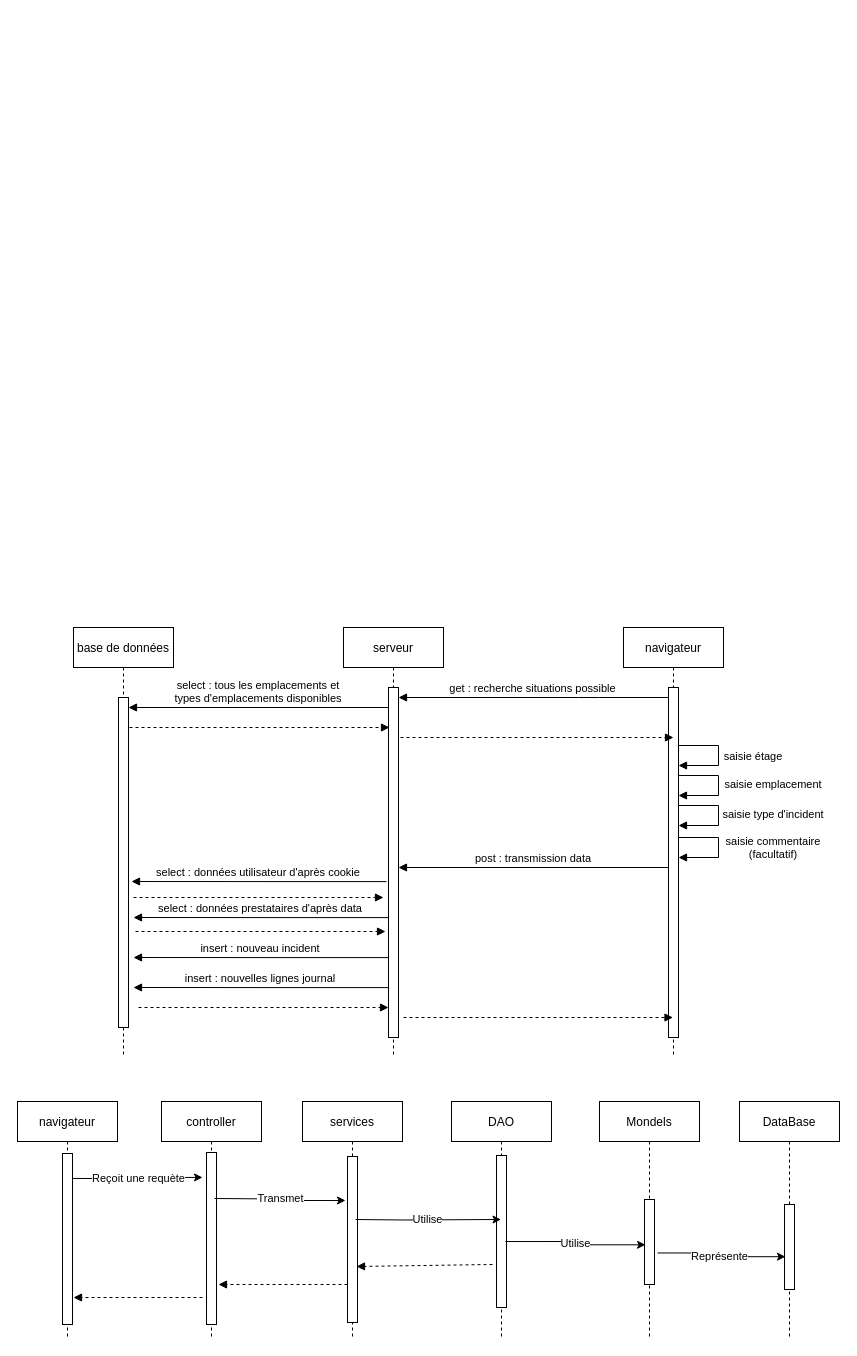
Before: doc/uml/création_incident.drawio in mapette/sos_immo_backend, a draw.io diagram. Source tidied: cells renumbered, new cells numbered last; positions are measured from the earlier drawing's top-left corner, leaving out a move shared by most shapes. Both pictures are drawn from the tidied source at 100%, with x=0, y=0 at pixel (17, 627).
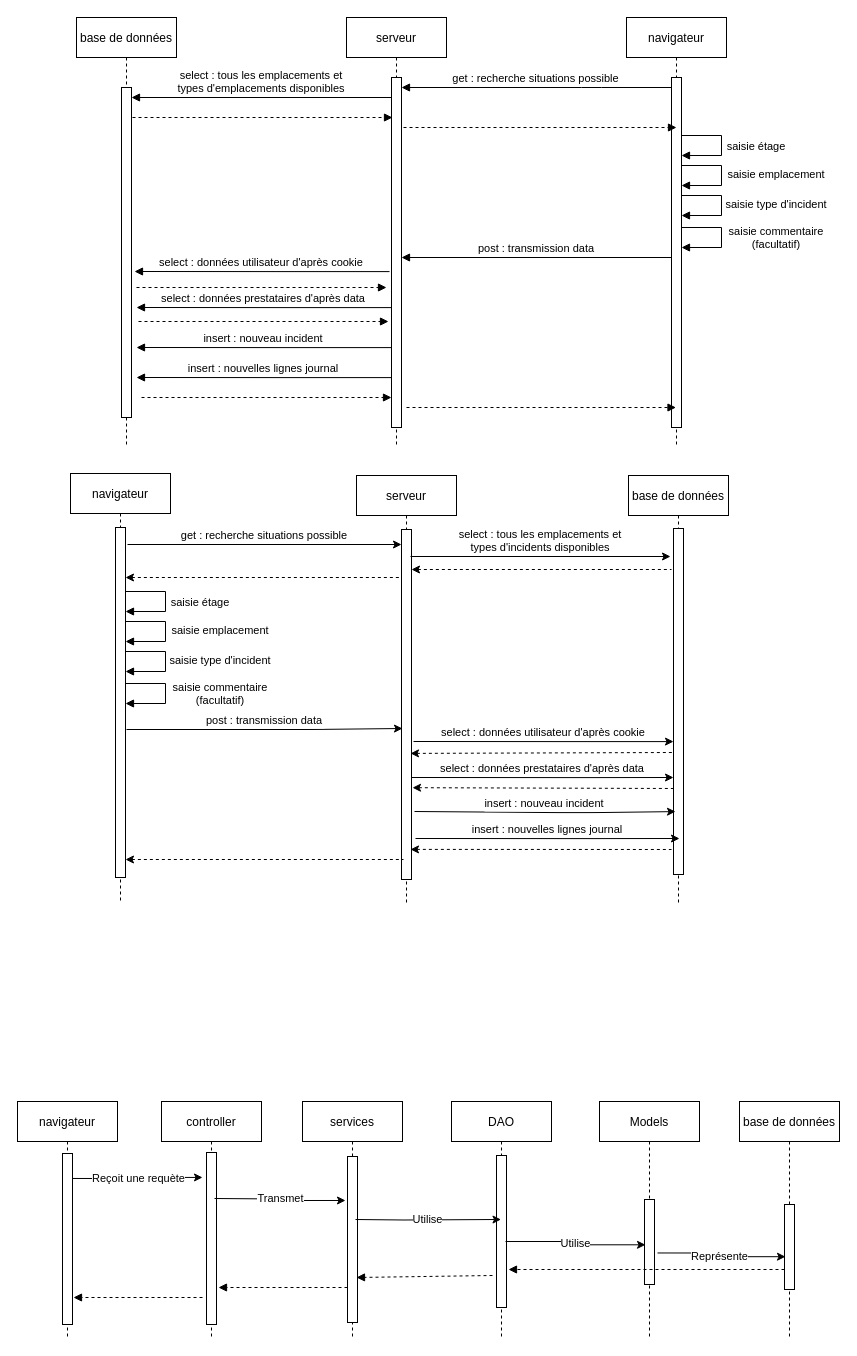
The same page after the edit.

The change refers to these unchanged cells:
```xml
<mxCell id="25" value="controller" style="shape=umlLifeline;perimeter=lifelinePerimeter;rounded=0;shadow=0;strokeWidth=1;" parent="1" vertex="1">
  <mxGeometry x="144" y="474" width="100" height="235" as="geometry" />
</mxCell>
<mxCell id="33" value="DAO" style="shape=umlLifeline;perimeter=lifelinePerimeter;rounded=0;shadow=0;strokeWidth=1;fontStyle=0;" parent="1" vertex="1">
  <mxGeometry x="434" y="474" width="100" height="236" as="geometry" />
</mxCell>
<mxCell id="34" style="points=[];perimeter=orthogonalPerimeter;rounded=0;shadow=0;strokeWidth=1;" parent="33" vertex="1">
  <mxGeometry x="45" y="54" width="10" height="152" as="geometry" />
</mxCell>
```

The edit, as a diff of the source:
```diff
@@
     <mxCell id="2" value="serveur" style="shape=umlLifeline;perimeter=lifelinePerimeter;rounded=0;shadow=0;strokeWidth=1;" parent="1" vertex="1">
-      <mxGeometry x="326" width="100" height="430" as="geometry" />
+      <mxGeometry x="329" y="-610" width="100" height="430" as="geometry" />
     </mxCell>
@@
     <mxCell id="7" value="navigateur" style="shape=umlLifeline;perimeter=lifelinePerimeter;rounded=0;shadow=0;strokeWidth=1;fontStyle=0;" parent="1" vertex="1">
-      <mxGeometry x="606" width="100" height="430" as="geometry" />
+      <mxGeometry x="609" y="-610" width="100" height="430" as="geometry" />
     </mxCell>
@@
     <mxCell id="14" value="base de données" style="shape=umlLifeline;perimeter=lifelinePerimeter;rounded=0;shadow=0;strokeWidth=1;" parent="1" vertex="1">
-      <mxGeometry x="56" width="100" height="430" as="geometry" />
+      <mxGeometry x="59" y="-610" width="100" height="430" as="geometry" />
     </mxCell>
@@
     <mxCell id="17" style="verticalAlign=bottom;endArrow=block;shadow=0;strokeWidth=1;dashed=1;" parent="1" edge="1">
       <mxGeometry relative="1" as="geometry">
-        <mxPoint x="112" y="100" as="sourcePoint" />
-        <mxPoint x="372" y="100" as="targetPoint" />
+        <mxPoint x="115" y="-510" as="sourcePoint" />
+        <mxPoint x="375" y="-510" as="targetPoint" />
         <Array as="points">
-          <mxPoint x="257.5" y="100" />
-          <mxPoint x="297.5" y="100" />
+          <mxPoint x="260.5" y="-510" />
+          <mxPoint x="300.5" y="-510" />
         </Array>
       </mxGeometry>
     </mxCell>
     <mxCell id="18" style="verticalAlign=bottom;endArrow=block;shadow=0;strokeWidth=1;dashed=1;" parent="1" edge="1">
       <mxGeometry relative="1" as="geometry">
-        <mxPoint x="383" y="110" as="sourcePoint" />
-        <mxPoint x="656" y="110" as="targetPoint" />
+        <mxPoint x="386" y="-500" as="sourcePoint" />
+        <mxPoint x="659" y="-500" as="targetPoint" />
         <Array as="points">
-          <mxPoint x="528.5" y="110" />
-          <mxPoint x="568.5" y="110" />
+          <mxPoint x="531.5" y="-500" />
+          <mxPoint x="571.5" y="-500" />
         </Array>
       </mxGeometry>
     </mxCell>
     <mxCell id="19" value="insert : nouveau incident" style="verticalAlign=bottom;endArrow=block;shadow=0;strokeWidth=1;" parent="1" edge="1">
       <mxGeometry relative="1" as="geometry">
-        <mxPoint x="371" y="330.1" as="sourcePoint" />
-        <mxPoint x="116" y="330" as="targetPoint" />
+        <mxPoint x="374" y="-279.9" as="sourcePoint" />
+        <mxPoint x="119" y="-280" as="targetPoint" />
         <Array as="points">
-          <mxPoint x="296.5" y="330.1" />
-          <mxPoint x="256.5" y="330.1" />
+          <mxPoint x="299.5" y="-279.9" />
+          <mxPoint x="259.5" y="-279.9" />
         </Array>
       </mxGeometry>
     </mxCell>
     <mxCell id="20" value="select : données prestataires d'après data" style="verticalAlign=bottom;endArrow=block;shadow=0;strokeWidth=1;" parent="1" edge="1">
       <mxGeometry relative="1" as="geometry">
-        <mxPoint x="371" y="290.1" as="sourcePoint" />
-        <mxPoint x="116" y="290" as="targetPoint" />
+        <mxPoint x="374" y="-319.9" as="sourcePoint" />
+        <mxPoint x="119" y="-320" as="targetPoint" />
         <Array as="points">
-          <mxPoint x="296.5" y="290.1" />
-          <mxPoint x="256.5" y="290.1" />
+          <mxPoint x="299.5" y="-319.9" />
+          <mxPoint x="259.5" y="-319.9" />
         </Array>
       </mxGeometry>
     </mxCell>
     <mxCell id="21" style="verticalAlign=bottom;endArrow=block;shadow=0;strokeWidth=1;dashed=1;exitX=1.5;exitY=0.707;exitDx=0;exitDy=0;exitPerimeter=0;" parent="1" edge="1">
       <mxGeometry relative="1" as="geometry">
-        <mxPoint x="118" y="304" as="sourcePoint" />
-        <mxPoint x="368" y="304" as="targetPoint" />
+        <mxPoint x="121" y="-306" as="sourcePoint" />
+        <mxPoint x="371" y="-306" as="targetPoint" />
       </mxGeometry>
     </mxCell>
     <mxCell id="22" value="insert : nouvelles lignes journal" style="verticalAlign=bottom;endArrow=block;shadow=0;strokeWidth=1;" parent="1" edge="1">
       <mxGeometry relative="1" as="geometry">
-        <mxPoint x="371" y="360.1" as="sourcePoint" />
-        <mxPoint x="116" y="360" as="targetPoint" />
+        <mxPoint x="374" y="-249.9" as="sourcePoint" />
+        <mxPoint x="119" y="-250" as="targetPoint" />
         <Array as="points">
-          <mxPoint x="296.5" y="360.1" />
-          <mxPoint x="256.5" y="360.1" />
+          <mxPoint x="299.5" y="-249.9" />
+          <mxPoint x="259.5" y="-249.9" />
         </Array>
       </mxGeometry>
     </mxCell>
     <mxCell id="23" style="verticalAlign=bottom;endArrow=block;shadow=0;strokeWidth=1;dashed=1;exitX=1.5;exitY=0.707;exitDx=0;exitDy=0;exitPerimeter=0;" parent="1" edge="1">
       <mxGeometry relative="1" as="geometry">
-        <mxPoint x="116" y="270" as="sourcePoint" />
-        <mxPoint x="366" y="270" as="targetPoint" />
+        <mxPoint x="119" y="-340" as="sourcePoint" />
+        <mxPoint x="369" y="-340" as="targetPoint" />
       </mxGeometry>
     </mxCell>
     <mxCell id="24" style="verticalAlign=bottom;endArrow=block;shadow=0;strokeWidth=1;dashed=1;exitX=1.5;exitY=0.707;exitDx=0;exitDy=0;exitPerimeter=0;" parent="1" edge="1" target="7">
       <mxGeometry relative="1" as="geometry">
-        <mxPoint x="386" y="390" as="sourcePoint" />
+        <mxPoint x="389" y="-220" as="sourcePoint" />
       </mxGeometry>
     </mxCell>
@@
     <mxCell id="27" style="verticalAlign=bottom;endArrow=block;shadow=0;strokeWidth=1;dashed=1;exitX=-0.4;exitY=0.717;exitDx=0;exitDy=0;exitPerimeter=0;" parent="25" edge="1">
       <mxGeometry relative="1" as="geometry">
-        <mxPoint x="186" y="183" as="sourcePoint" />
-        <mxPoint x="57" y="183" as="targetPoint" />
+        <mxPoint x="186" y="186" as="sourcePoint" />
+        <mxPoint x="57" y="186" as="targetPoint" />
       </mxGeometry>
     </mxCell>
@@
-    <mxCell id="35" style="verticalAlign=bottom;endArrow=block;shadow=0;strokeWidth=1;dashed=1;entryX=-0.4;entryY=0.717;entryDx=0;entryDy=0;entryPerimeter=0;exitX=-0.4;exitY=0.717;exitDx=0;exitDy=0;exitPerimeter=0;" parent="33" edge="1" source="34">
+    <mxCell id="35" style="verticalAlign=bottom;endArrow=block;shadow=0;strokeWidth=1;dashed=1;entryX=-0.4;entryY=0.717;entryDx=0;entryDy=0;entryPerimeter=0;exitX=-0.4;exitY=0.717;exitDx=0;exitDy=0;exitPerimeter=0;" parent="33" edge="1">
       <mxGeometry relative="1" as="geometry">
-        <mxPoint x="-95" y="165" as="targetPoint" />
+        <mxPoint x="41" y="174" as="sourcePoint" />
+        <mxPoint x="-95" y="176" as="targetPoint" />
       </mxGeometry>
     </mxCell>
-    <mxCell id="36" value="Mondels" style="shape=umlLifeline;perimeter=lifelinePerimeter;rounded=0;shadow=0;strokeWidth=1;fontStyle=0;" parent="1" vertex="1">
+    <mxCell id="36" value="Models" style="shape=umlLifeline;perimeter=lifelinePerimeter;rounded=0;shadow=0;strokeWidth=1;fontStyle=0;" parent="1" vertex="1">
       <mxGeometry x="582" y="474" width="100" height="236" as="geometry" />
     </mxCell>
@@
-    <mxCell id="38" value="DataBase" style="shape=umlLifeline;perimeter=lifelinePerimeter;rounded=0;shadow=0;strokeWidth=1;fontStyle=0;" parent="1" vertex="1">
+    <mxCell id="38" value="base de données" style="shape=umlLifeline;perimeter=lifelinePerimeter;rounded=0;shadow=0;strokeWidth=1;fontStyle=0;" parent="1" vertex="1">
       <mxGeometry x="722" y="474" width="100" height="237" as="geometry" />
     </mxCell>
@@
+    <mxCell id="45" value="navigateur" style="shape=umlLifeline;perimeter=lifelinePerimeter;rounded=0;shadow=0;strokeWidth=1;fontStyle=0;" parent="1" vertex="1">
+      <mxGeometry x="53" y="-154" width="100" height="430" as="geometry" />
+    </mxCell>
+    <mxCell id="46" style="perimeter=orthogonalPerimeter;rounded=0;shadow=0;strokeWidth=1;" parent="45" vertex="1">
+      <mxGeometry x="45" y="54" width="10" height="350" as="geometry" />
+    </mxCell>
+    <mxCell id="47" value="saisie étage" style="verticalAlign=bottom;endArrow=block;shadow=0;strokeWidth=1;edgeStyle=orthogonalEdgeStyle;rounded=0;" parent="45" edge="1">
+      <mxGeometry x="0.2" y="-35" relative="1" as="geometry">
+        <mxPoint x="55" y="118" as="sourcePoint" />
+        <mxPoint x="55" y="138" as="targetPoint" />
+        <Array as="points">
+          <mxPoint x="95" y="118" />
+          <mxPoint x="95" y="138" />
+        </Array>
+        <mxPoint x="35" y="35" as="offset" />
+      </mxGeometry>
+    </mxCell>
+    <mxCell id="48" value="saisie type d'incident" style="verticalAlign=bottom;endArrow=block;shadow=0;strokeWidth=1;edgeStyle=orthogonalEdgeStyle;rounded=0;spacing=6;" parent="45" edge="1">
+      <mxGeometry x="0.2" y="55" relative="1" as="geometry">
+        <mxPoint x="55" y="178" as="sourcePoint" />
+        <mxPoint x="55" y="198" as="targetPoint" />
+        <Array as="points">
+          <mxPoint x="95" y="178" />
+          <mxPoint x="95" y="198" />
+        </Array>
+        <mxPoint x="55" y="-53" as="offset" />
+      </mxGeometry>
+    </mxCell>
+    <mxCell id="49" value="saisie emplacement" style="verticalAlign=bottom;endArrow=block;shadow=0;strokeWidth=1;edgeStyle=orthogonalEdgeStyle;rounded=0;spacing=-4;" parent="45" edge="1">
+      <mxGeometry x="0.04" y="55" relative="1" as="geometry">
+        <mxPoint x="55" y="148" as="sourcePoint" />
+        <mxPoint x="55" y="168" as="targetPoint" />
+        <Array as="points">
+          <mxPoint x="95" y="148" />
+          <mxPoint x="95" y="168" />
+        </Array>
+      </mxGeometry>
+    </mxCell>
+    <mxCell id="50" value="saisie commentaire&#10;(facultatif)" style="verticalAlign=bottom;endArrow=block;shadow=0;strokeWidth=1;edgeStyle=orthogonalEdgeStyle;rounded=0;spacing=6;spacingLeft=-10;" parent="45" edge="1">
+      <mxGeometry x="0.2" y="61" relative="1" as="geometry">
+        <mxPoint x="55" y="210" as="sourcePoint" />
+        <mxPoint x="55" y="230" as="targetPoint" />
+        <Array as="points">
+          <mxPoint x="95" y="210" />
+          <mxPoint x="95" y="230" />
+        </Array>
+        <mxPoint x="60" y="-51" as="offset" />
+      </mxGeometry>
+    </mxCell>
+    <mxCell id="51" value="post : transmission data" style="verticalAlign=bottom;endArrow=none;shadow=0;strokeWidth=1;startArrow=classic;startFill=1;endFill=0;exitX=0.1;exitY=0.563;exitDx=0;exitDy=0;exitPerimeter=0;" parent="45" edge="1">
+      <mxGeometry relative="1" as="geometry">
+        <mxPoint x="332" y="255" as="sourcePoint" />
+        <mxPoint x="56" y="256" as="targetPoint" />
+        <Array as="points">
+          <mxPoint x="241.5" y="256" />
+          <mxPoint x="201.5" y="256" />
+        </Array>
+      </mxGeometry>
+    </mxCell>
+    <mxCell id="52" style="verticalAlign=bottom;endArrow=none;shadow=0;strokeWidth=1;dashed=1;startArrow=classic;startFill=1;endFill=0;" parent="45" edge="1" target="53">
+      <mxGeometry relative="1" as="geometry">
+        <mxPoint x="55" y="104" as="sourcePoint" />
+        <Array as="points">
+          <mxPoint x="200.5" y="104" />
+          <mxPoint x="240.5" y="104" />
+        </Array>
+      </mxGeometry>
+    </mxCell>
+    <mxCell id="53" value="serveur" style="shape=umlLifeline;perimeter=lifelinePerimeter;rounded=0;shadow=0;strokeWidth=1;" parent="1" vertex="1">
+      <mxGeometry x="339" y="-152" width="100" height="430" as="geometry" />
+    </mxCell>
+    <mxCell id="54" style="points=[];perimeter=orthogonalPerimeter;rounded=0;shadow=0;strokeWidth=1;" parent="53" vertex="1">
+      <mxGeometry x="45" y="54" width="10" height="350" as="geometry" />
+    </mxCell>
+    <mxCell id="55" value="get : recherche situations possible" style="verticalAlign=bottom;endArrow=none;shadow=0;strokeWidth=1;startArrow=classic;startFill=1;endFill=0;entryX=1.2;entryY=0.1;entryDx=0;entryDy=0;entryPerimeter=0;" parent="1" edge="1">
+      <mxGeometry relative="1" as="geometry">
+        <mxPoint x="384" y="-83" as="sourcePoint" />
+        <mxPoint x="110" y="-83" as="targetPoint" />
+        <Array as="points">
+          <mxPoint x="304.5" y="-83" />
+        </Array>
+      </mxGeometry>
+    </mxCell>
+    <mxCell id="56" value="base de données" style="shape=umlLifeline;perimeter=lifelinePerimeter;rounded=0;shadow=0;strokeWidth=1;" parent="1" vertex="1">
+      <mxGeometry x="611" y="-152" width="100" height="430" as="geometry" />
+    </mxCell>
+    <mxCell id="57" style="points=[];perimeter=orthogonalPerimeter;rounded=0;shadow=0;strokeWidth=1;" parent="56" vertex="1">
+      <mxGeometry x="45" y="53" width="10" height="346" as="geometry" />
+    </mxCell>
+    <mxCell id="58" value="select : tous les emplacements et&#10;types d'incidents disponibles" style="verticalAlign=bottom;endArrow=none;shadow=0;strokeWidth=1;startArrow=classic;startFill=1;endFill=0;" parent="56" edge="1">
+      <mxGeometry relative="1" as="geometry">
+        <mxPoint x="42" y="81" as="sourcePoint" />
+        <mxPoint x="-218" y="81" as="targetPoint" />
+        <Array as="points">
+          <mxPoint x="-32.5" y="81" />
+          <mxPoint x="-72.5" y="81" />
+        </Array>
+      </mxGeometry>
+    </mxCell>
+    <mxCell id="59" value="select : données utilisateur d'après cookie" style="verticalAlign=bottom;endArrow=none;shadow=0;strokeWidth=1;startArrow=classic;startFill=1;endFill=0;" parent="56" edge="1" source="57">
+      <mxGeometry relative="1" as="geometry">
+        <mxPoint x="-215" y="266" as="targetPoint" />
+        <Array as="points">
+          <mxPoint x="-34.5" y="266.1" />
+          <mxPoint x="-74.5" y="266.1" />
+        </Array>
+      </mxGeometry>
+    </mxCell>
+    <mxCell id="60" style="verticalAlign=bottom;endArrow=none;shadow=0;strokeWidth=1;dashed=1;startArrow=classic;startFill=1;endFill=0;" parent="56" edge="1">
+      <mxGeometry relative="1" as="geometry">
+        <mxPoint x="-217" y="94" as="sourcePoint" />
+        <mxPoint x="43" y="94" as="targetPoint" />
+        <Array as="points">
+          <mxPoint x="-71.5" y="94" />
+          <mxPoint x="-31.5" y="94" />
+        </Array>
+      </mxGeometry>
+    </mxCell>
+    <mxCell id="61" value="select : données prestataires d'après data" style="verticalAlign=bottom;endArrow=none;shadow=0;strokeWidth=1;startArrow=classic;startFill=1;endFill=0;" parent="56" edge="1">
+      <mxGeometry relative="1" as="geometry">
+        <mxPoint x="45" y="302" as="sourcePoint" />
+        <mxPoint x="-217" y="302" as="targetPoint" />
+        <Array as="points">
+          <mxPoint x="-32.5" y="302.1" />
+          <mxPoint x="-72.5" y="302.1" />
+        </Array>
+      </mxGeometry>
+    </mxCell>
+    <mxCell id="62" value="insert : nouvelles lignes journal" style="verticalAlign=bottom;endArrow=none;shadow=0;strokeWidth=1;startArrow=classic;startFill=1;endFill=0;" parent="56" edge="1">
+      <mxGeometry relative="1" as="geometry">
+        <mxPoint x="51" y="363" as="sourcePoint" />
+        <mxPoint x="-213" y="363" as="targetPoint" />
+        <Array as="points">
+          <mxPoint x="-32.5" y="363.1" />
+          <mxPoint x="-72.5" y="363.1" />
+        </Array>
+      </mxGeometry>
+    </mxCell>
+    <mxCell id="63" style="verticalAlign=bottom;endArrow=none;shadow=0;strokeWidth=1;dashed=1;exitX=0.9;exitY=0.654;exitDx=0;exitDy=0;exitPerimeter=0;startArrow=classic;startFill=1;endFill=0;entryX=0.1;entryY=0.694;entryDx=0;entryDy=0;entryPerimeter=0;" parent="1" edge="1">
+      <mxGeometry relative="1" as="geometry">
+        <mxPoint x="393" y="125.9" as="sourcePoint" />
+        <mxPoint x="657" y="125" as="targetPoint" />
+      </mxGeometry>
+    </mxCell>
+    <mxCell id="64" style="verticalAlign=bottom;endArrow=none;shadow=0;strokeWidth=1;dashed=1;exitX=1.1;exitY=0.749;exitDx=0;exitDy=0;exitPerimeter=0;startArrow=classic;startFill=1;endFill=0;entryX=0.1;entryY=0.8;entryDx=0;entryDy=0;entryPerimeter=0;" parent="1" edge="1">
+      <mxGeometry relative="1" as="geometry">
+        <mxPoint x="395" y="160.2" as="sourcePoint" />
+        <mxPoint x="657" y="161" as="targetPoint" />
+      </mxGeometry>
+    </mxCell>
+    <mxCell id="65" value="insert : nouveau incident" style="verticalAlign=bottom;endArrow=none;shadow=0;strokeWidth=1;startArrow=classic;startFill=1;endFill=0;exitX=0.2;exitY=0.873;exitDx=0;exitDy=0;exitPerimeter=0;entryX=1.3;entryY=0.82;entryDx=0;entryDy=0;entryPerimeter=0;" parent="1" edge="1">
+      <mxGeometry relative="1" as="geometry">
+        <mxPoint x="658" y="184.1" as="sourcePoint" />
+        <mxPoint x="397" y="184" as="targetPoint" />
+        <Array as="points">
+          <mxPoint x="578.5" y="185.1" />
+          <mxPoint x="538.5" y="185.1" />
+        </Array>
+      </mxGeometry>
+    </mxCell>
+    <mxCell id="66" style="verticalAlign=bottom;endArrow=none;shadow=0;strokeWidth=1;dashed=1;exitX=0.9;exitY=0.914;exitDx=0;exitDy=0;exitPerimeter=0;startArrow=classic;startFill=1;endFill=0;" parent="1" edge="1" source="54">
+      <mxGeometry relative="1" as="geometry">
+        <mxPoint x="654" y="222" as="targetPoint" />
+      </mxGeometry>
+    </mxCell>
+    <mxCell id="67" style="verticalAlign=bottom;endArrow=none;shadow=0;strokeWidth=1;dashed=1;startArrow=classic;startFill=1;endFill=0;" parent="1" edge="1">
+      <mxGeometry relative="1" as="geometry">
+        <mxPoint x="108" y="232" as="sourcePoint" />
+        <mxPoint x="386" y="232" as="targetPoint" />
+      </mxGeometry>
+    </mxCell>
+    <mxCell id="68" style="verticalAlign=bottom;endArrow=block;shadow=0;strokeWidth=1;dashed=1;entryX=1.2;entryY=0.75;entryDx=0;entryDy=0;entryPerimeter=0;" parent="1" edge="1" target="34">
+      <mxGeometry relative="1" as="geometry">
+        <mxPoint x="767" y="642" as="sourcePoint" />
+        <Array as="points">
+          <mxPoint x="528" y="642" />
+        </Array>
+      </mxGeometry>
+    </mxCell>
```
